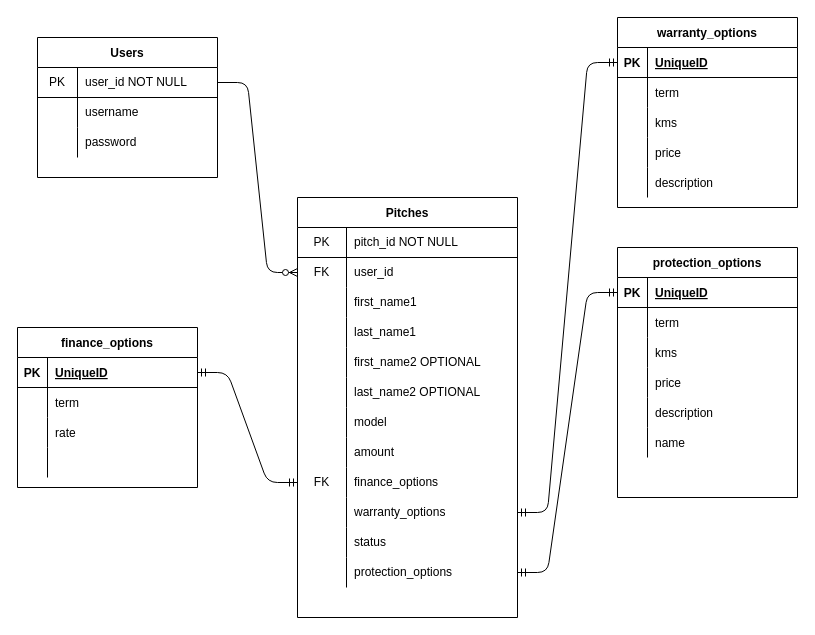
This is planning/database.drawio from Abaid77/Finance_Manager, a draw.io file, before an edit. Source tidied: cells renumbered, new cells numbered last; positions are measured from the earlier drawing's top-left corner, leaving out a move shared by most shapes. Both pictures are drawn from the tidied source at 100%, with x=0, y=0 at pixel (17, 17).
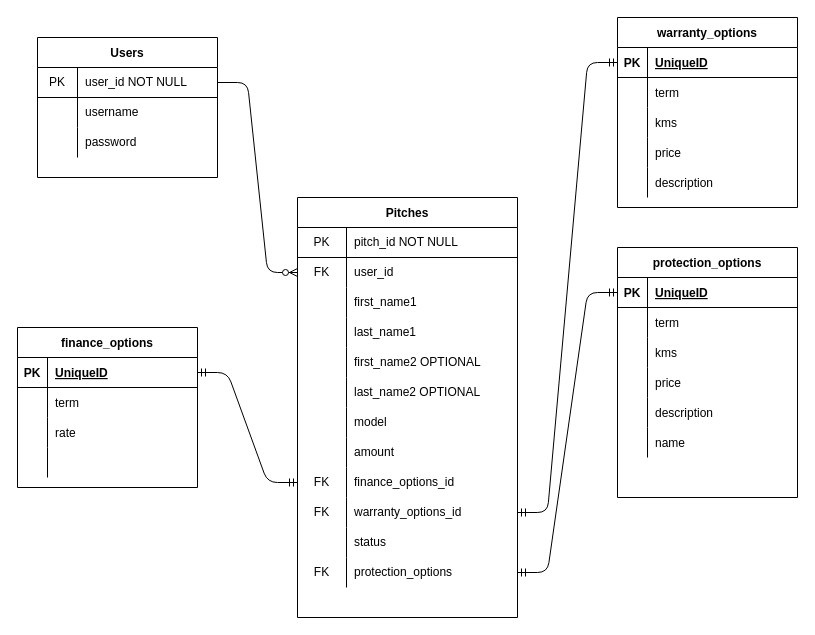
After the change.

Commit message (it also covers changes not shown here):
update ERD and page title

Unchanged cells that the change refers to:
```xml
<mxCell id="37" style="shape=partialRectangle;html=1;whiteSpace=wrap;fillColor=none;top=0;left=0;bottom=0;right=0;points=[[0,0.5],[1,0.5]];portConstraint=eastwest;" parent="12" vertex="1">
  <mxGeometry y="270" width="220" height="30" as="geometry" />
</mxCell>
<mxCell id="40" style="shape=partialRectangle;html=1;whiteSpace=wrap;fillColor=none;top=0;left=0;bottom=0;right=0;points=[[0,0.5],[1,0.5]];portConstraint=eastwest;" parent="12" vertex="1">
  <mxGeometry y="300" width="220" height="30" as="geometry" />
</mxCell>
<mxCell id="46" style="shape=partialRectangle;html=1;whiteSpace=wrap;fillColor=none;top=0;left=0;bottom=0;right=0;points=[[0,0.5],[1,0.5]];portConstraint=eastwest;" parent="12" vertex="1">
  <mxGeometry y="360" width="220" height="30" as="geometry" />
</mxCell>
```

Diff of the diagram source:
```diff
@@
-    <mxCell id="39" value="finance_options" style="shape=partialRectangle;html=1;whiteSpace=wrap;fillColor=none;top=0;left=0;bottom=0;right=0;align=left;spacingLeft=6;overflow=hidden;" parent="37" vertex="1">
+    <mxCell id="39" value="finance_options_id" style="shape=partialRectangle;html=1;whiteSpace=wrap;fillColor=none;top=0;left=0;bottom=0;right=0;align=left;spacingLeft=6;overflow=hidden;" parent="37" vertex="1">
       <mxGeometry x="49" width="171" height="30" as="geometry" />
     </mxCell>
@@
-    <mxCell id="41" style="shape=partialRectangle;html=1;whiteSpace=wrap;fillColor=none;top=0;left=0;bottom=0;right=0;overflow=hidden;" parent="40" vertex="1">
+    <mxCell id="41" value="FK" style="shape=partialRectangle;html=1;whiteSpace=wrap;fillColor=none;top=0;left=0;bottom=0;right=0;overflow=hidden;" parent="40" vertex="1">
       <mxGeometry width="49" height="30" as="geometry" />
     </mxCell>
-    <mxCell id="42" value="warranty_options" style="shape=partialRectangle;html=1;whiteSpace=wrap;fillColor=none;top=0;left=0;bottom=0;right=0;align=left;spacingLeft=6;overflow=hidden;" parent="40" vertex="1">
+    <mxCell id="42" value="warranty_options_id" style="shape=partialRectangle;html=1;whiteSpace=wrap;fillColor=none;top=0;left=0;bottom=0;right=0;align=left;spacingLeft=6;overflow=hidden;" parent="40" vertex="1">
       <mxGeometry x="49" width="171" height="30" as="geometry" />
     </mxCell>
@@
-    <mxCell id="47" style="shape=partialRectangle;html=1;whiteSpace=wrap;fillColor=none;top=0;left=0;bottom=0;right=0;overflow=hidden;" parent="46" vertex="1">
+    <mxCell id="47" value="FK" style="shape=partialRectangle;html=1;whiteSpace=wrap;fillColor=none;top=0;left=0;bottom=0;right=0;overflow=hidden;" parent="46" vertex="1">
       <mxGeometry width="49" height="30" as="geometry" />
     </mxCell>
```
